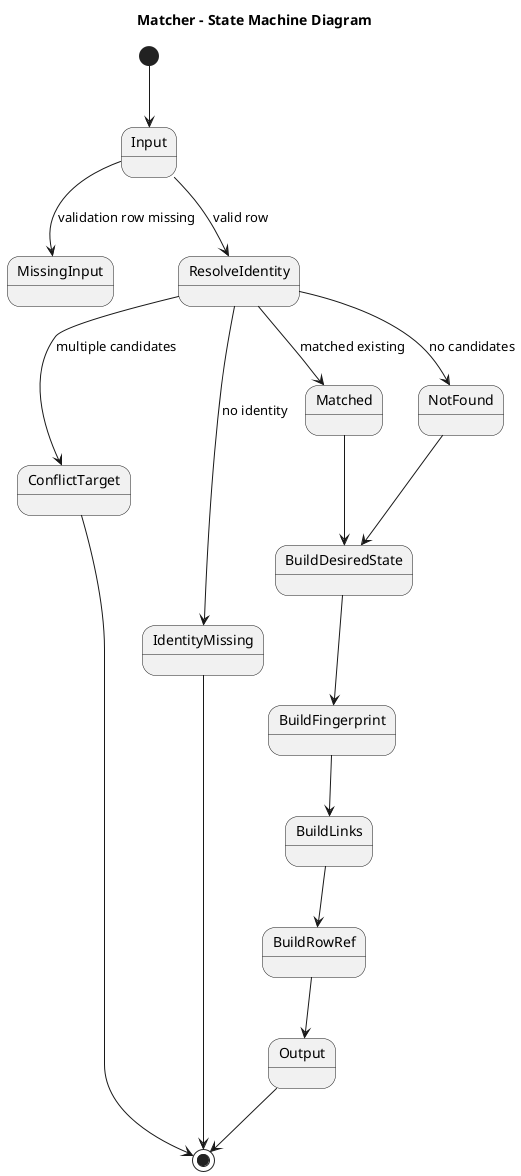
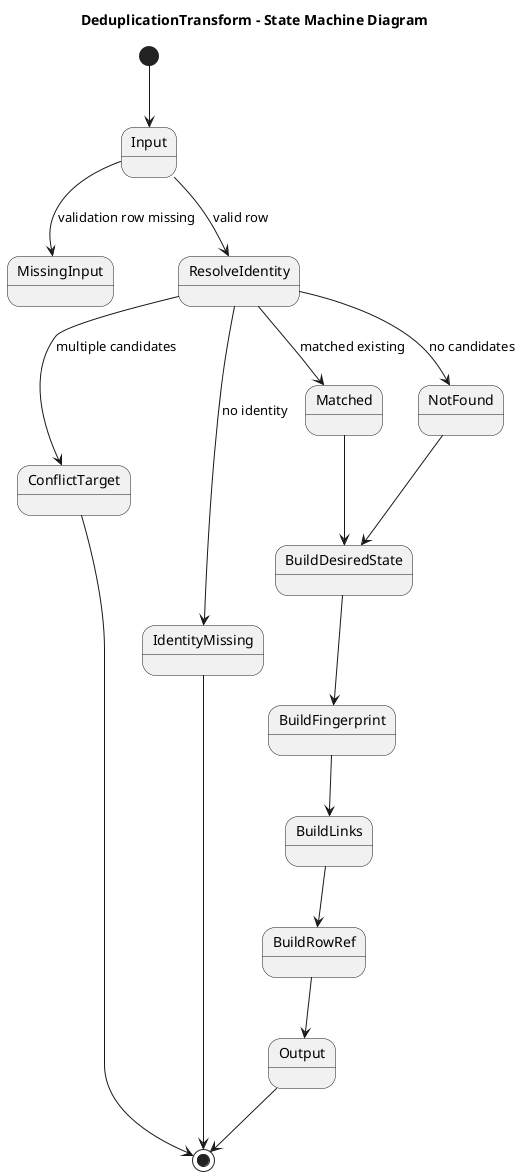
@startuml
- title Matcher - State Machine Diagram
+ title DeduplicationTransform - State Machine Diagram

[*] --> Input
Input --> MissingInput : validation row missing
Input --> ResolveIdentity : valid row

ResolveIdentity --> ConflictTarget : multiple candidates
ResolveIdentity --> IdentityMissing : no identity
ResolveIdentity --> Matched : matched existing
ResolveIdentity --> NotFound : no candidates

NotFound --> BuildDesiredState
Matched --> BuildDesiredState

BuildDesiredState --> BuildFingerprint
BuildFingerprint --> BuildLinks
BuildLinks --> BuildRowRef
BuildRowRef --> Output

ConflictTarget --> [*]
IdentityMissing --> [*]
Output --> [*]

@enduml
